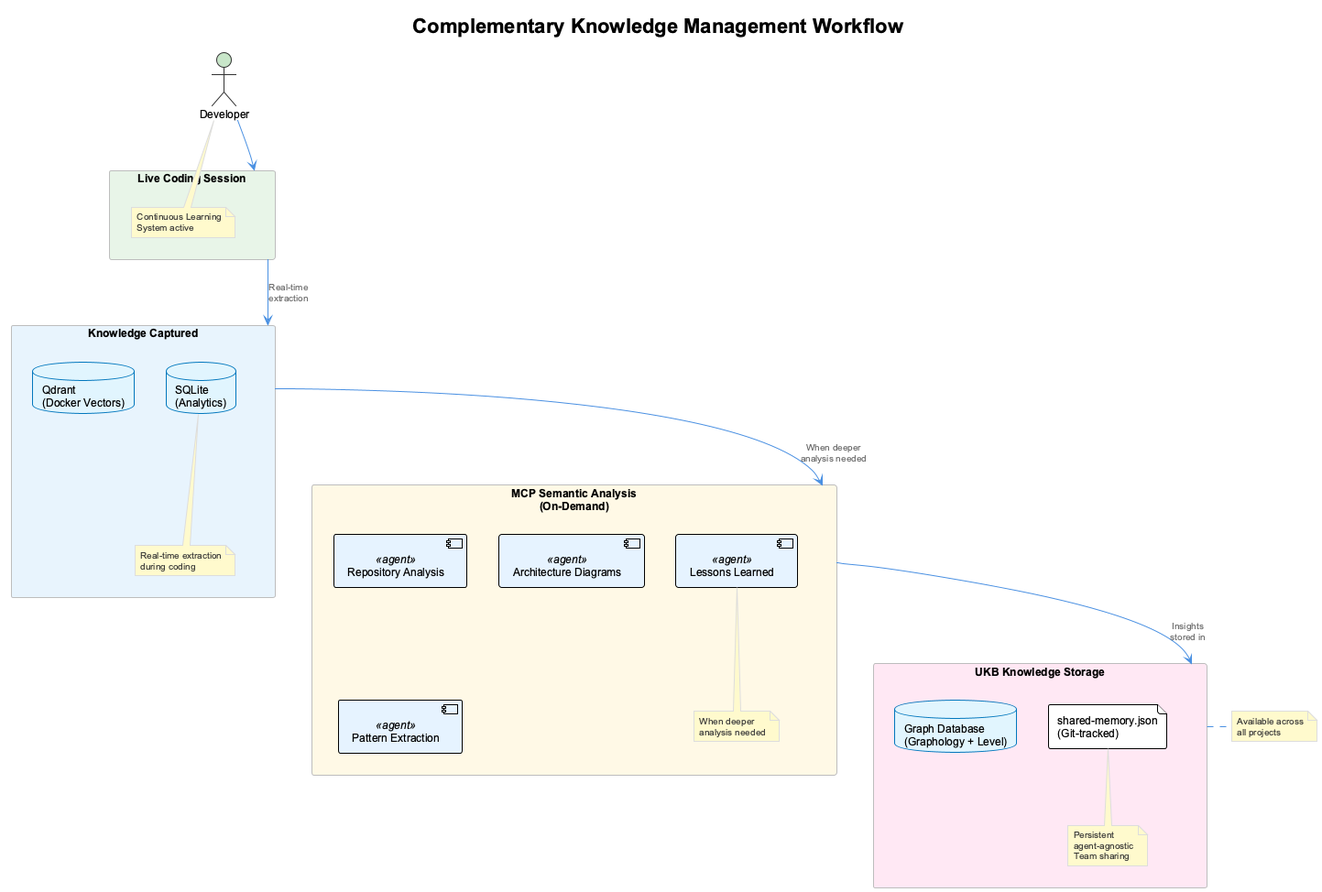
Above: docs/images/complementary-workflow.png in fwornle/coding (PlantUML), before the change.
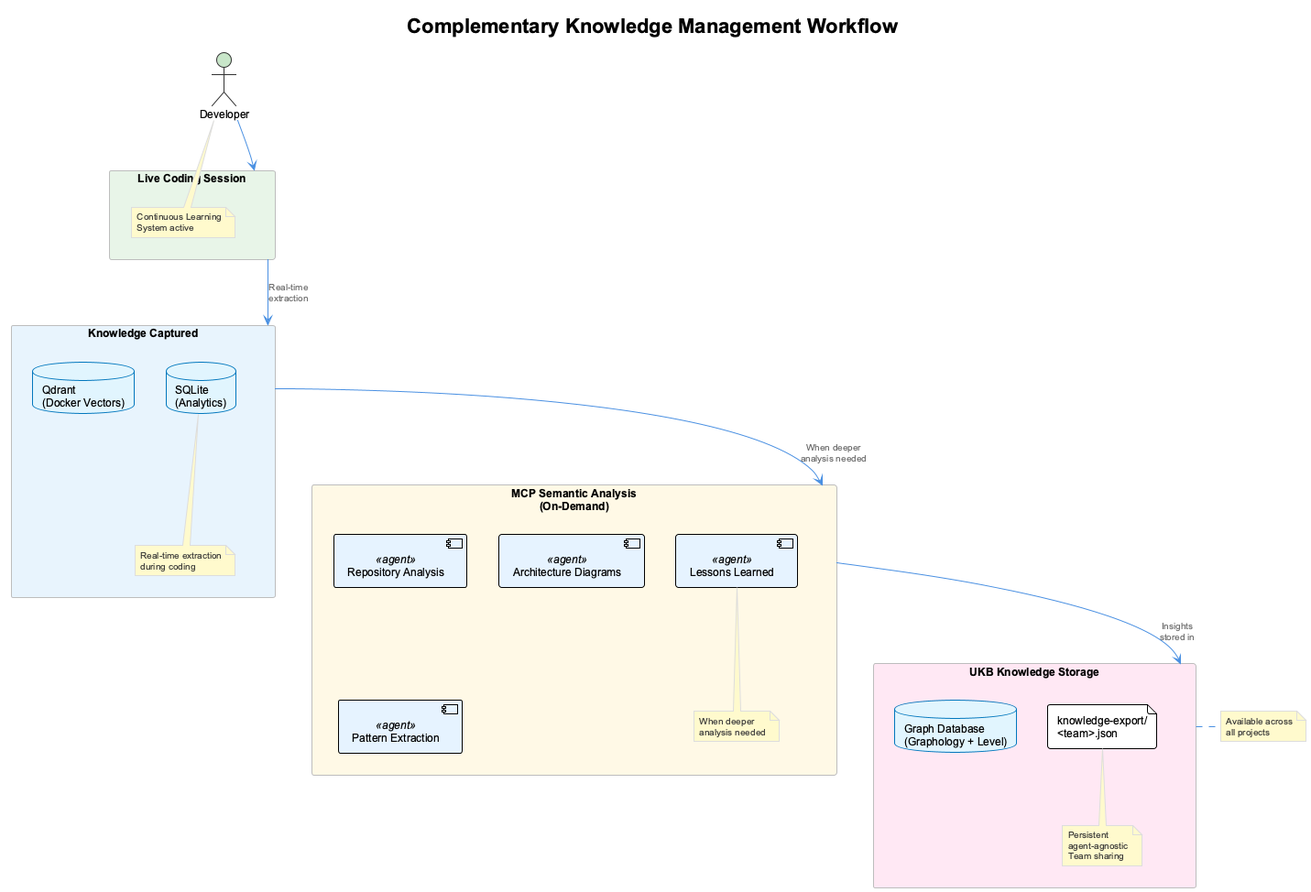
The same diagram one commit later.

Change to the diagram source:
```diff
@@ -36,7 +36,7 @@
 
 rectangle "UKB Knowledge Storage" as ukb #FFE8F4 {
   database "Graph Database\n(Graphology + Level)" as graph
-  file "shared-memory.json\n(Git-tracked)" as json
+  file "knowledge-export/\n<team>.json" as json
 
   note bottom
     Persistent
```
